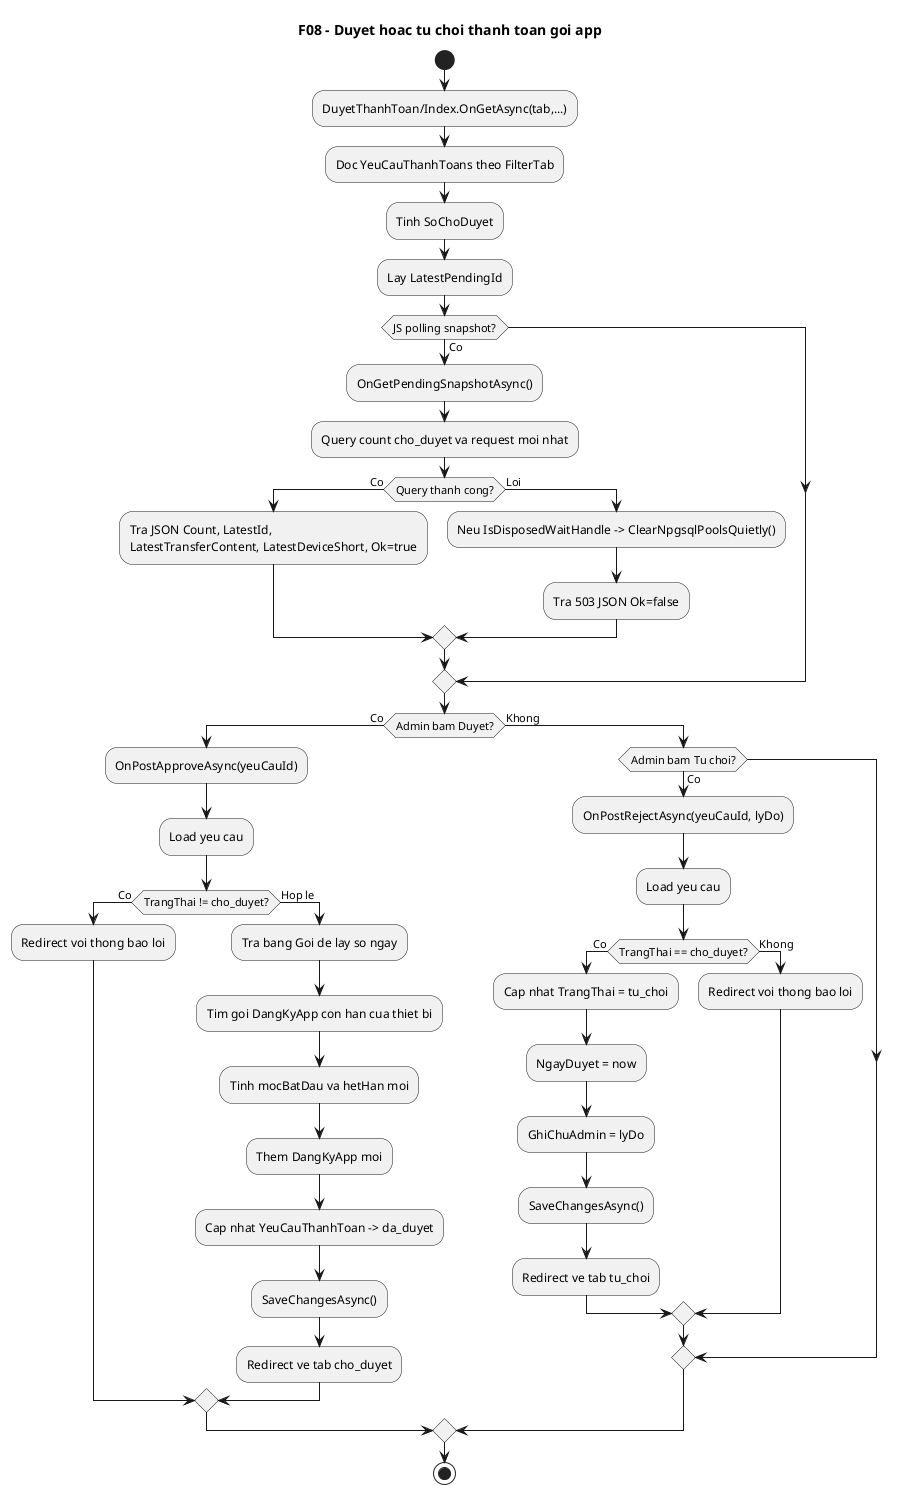
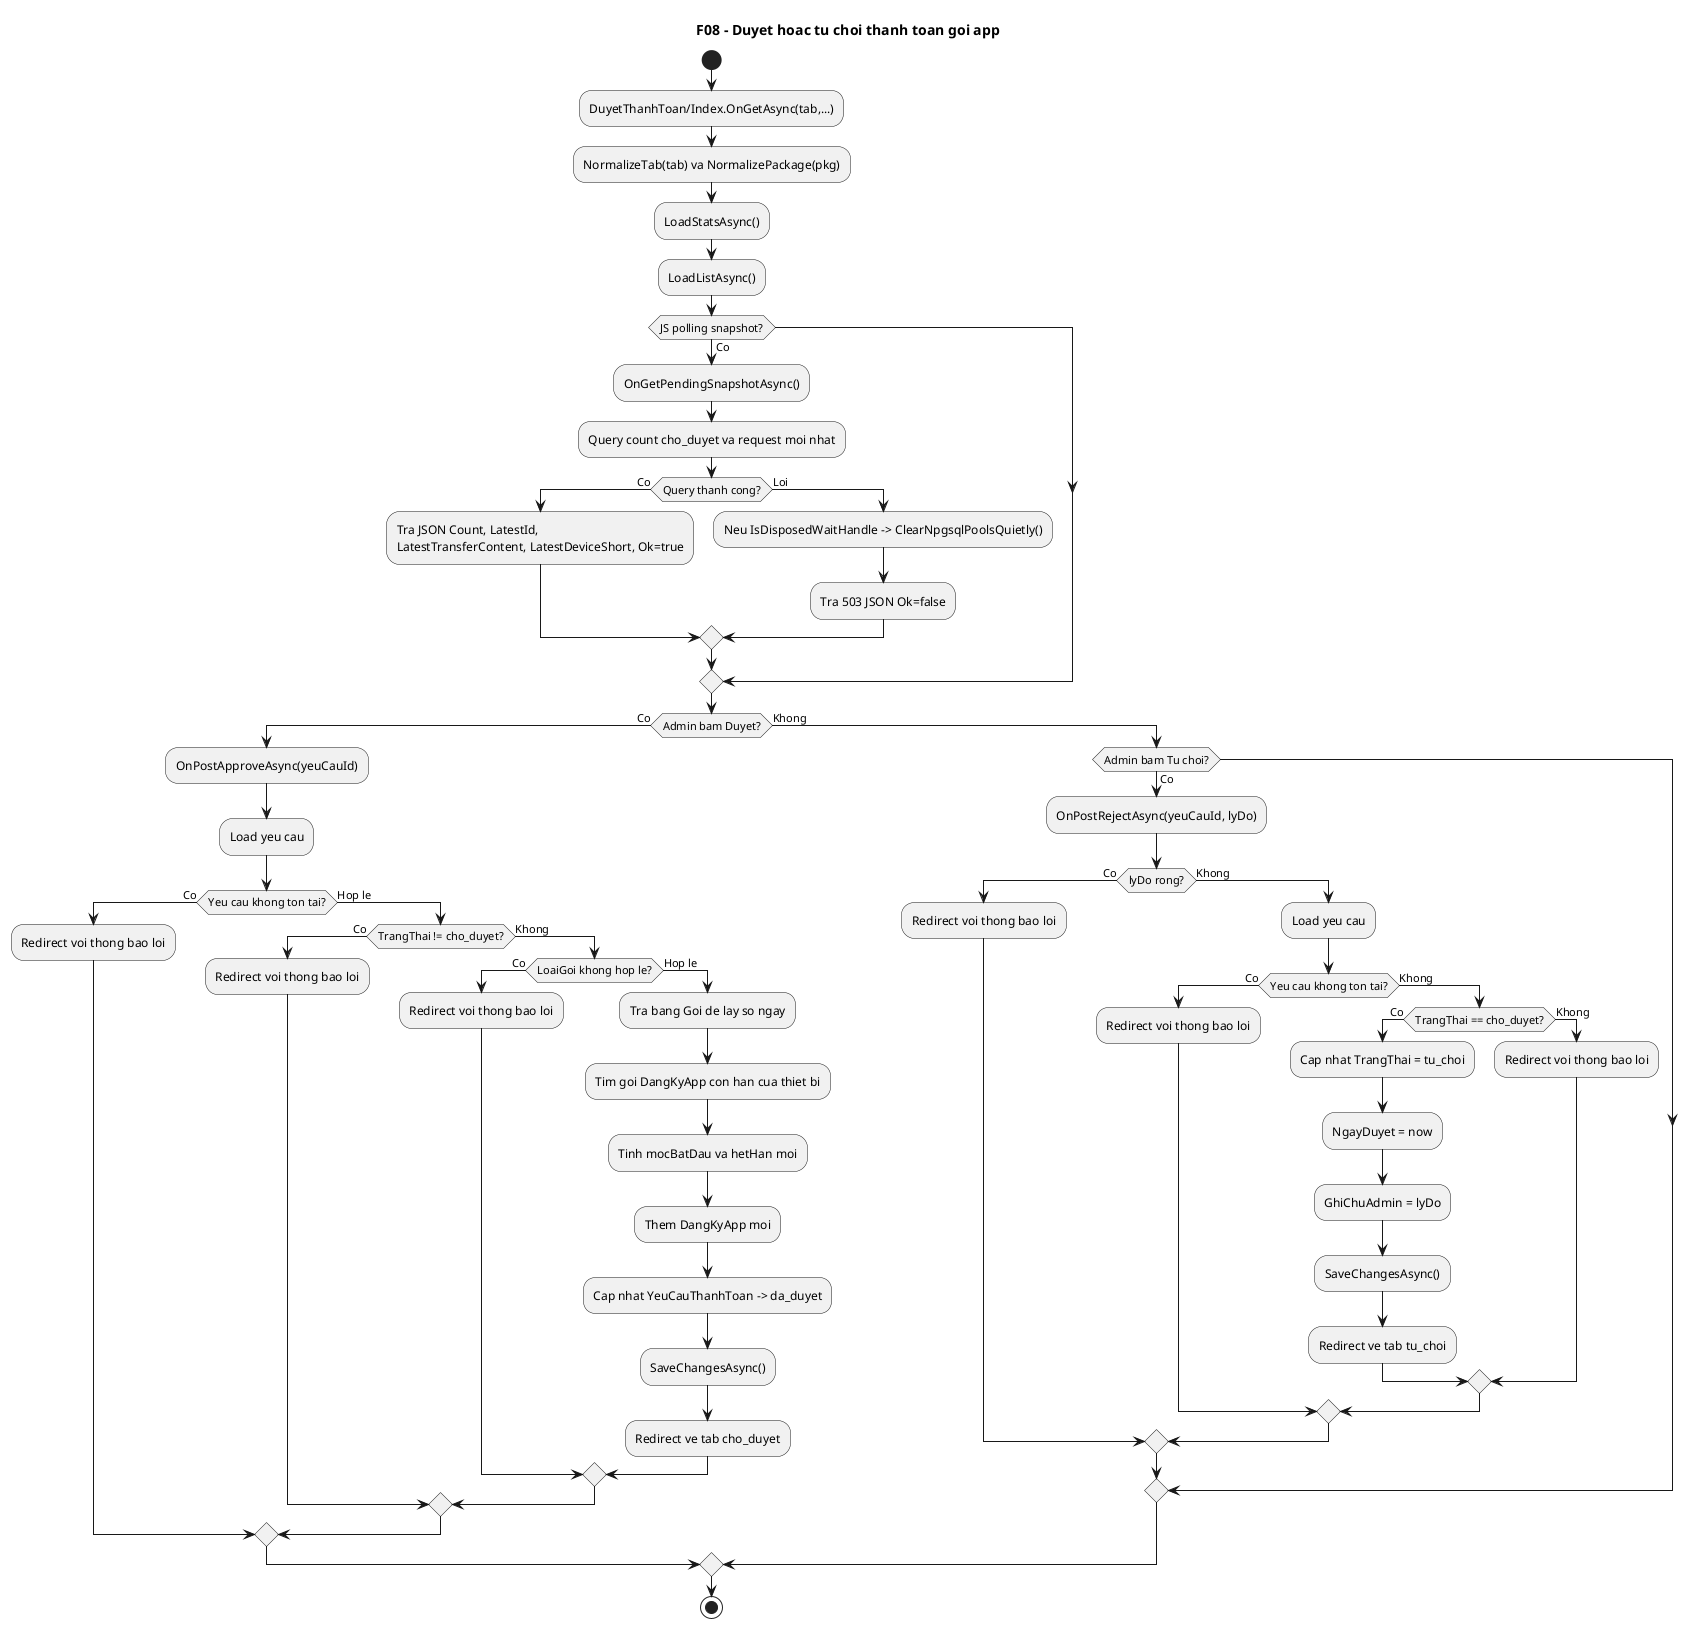
@startuml
' Diagram: F08 - Duyet hoac tu choi thanh toan goi app (Activity)
' Status: VERIFIED
- ' Baseline: branch master, current worktree @ HEAD 8ed8643
+ ' Baseline: HEAD 8ca9ec7
' Source:
- ' - VinhKhanhTour.CMS/Pages/DuyetThanhToan/Index.cshtml.cs: OnGetAsync(), OnGetPendingSnapshotAsync(), OnPostApproveAsync(), OnPostRejectAsync()
+ ' - VinhKhanhTour.CMS/Pages/DuyetThanhToan/Index.cshtml.cs: OnGetAsync(), LoadStatsAsync(), LoadListAsync(), OnGetPendingSnapshotAsync(), OnPostApproveAsync(), OnPostRejectAsync()
' - VinhKhanhTour.CMS/Pages/DuyetThanhToan/Index.cshtml: snapshotUrl, polling JS
' - VinhKhanhTour.API/Models/YeuCauThanhToan.cs
' - VinhKhanhTour.API/Models/DangKyApp.cs
- ' Note: Luong duyet/tu choi, PendingSnapshot polling, va retry clear Npgsql pools da khop code CMS hien tai.
+ ' Note: Luong da sync voi code hien tai: page load tach LoadStatsAsync()/LoadListAsync(), polling PendingSnapshot 5s, approve tinh han moi, va reject bat buoc co lyDo.
title F08 - Duyet hoac tu choi thanh toan goi app
start
:DuyetThanhToan/Index.OnGetAsync(tab,...);
- :Doc YeuCauThanhToans theo FilterTab;
- :Tinh SoChoDuyet;
- :Lay LatestPendingId;
+ :NormalizeTab(tab) va NormalizePackage(pkg);
+ :LoadStatsAsync();
+ :LoadListAsync();

if (JS polling snapshot?) then (Co)
  :OnGetPendingSnapshotAsync();
  :Query count cho_duyet va request moi nhat;
  if (Query thanh cong?) then (Co)
    :Tra JSON Count, LatestId,\nLatestTransferContent, LatestDeviceShort, Ok=true;
  else (Loi)
    :Neu IsDisposedWaitHandle -> ClearNpgsqlPoolsQuietly();
    :Tra 503 JSON Ok=false;
  endif
endif

if (Admin bam Duyet?) then (Co)
  :OnPostApproveAsync(yeuCauId);
  :Load yeu cau;
-   if (TrangThai != cho_duyet?) then (Co)
+   if (Yeu cau khong ton tai?) then (Co)
    :Redirect voi thong bao loi;
  else (Hop le)
-     :Tra bang Goi de lay so ngay;
-     :Tim goi DangKyApp con han cua thiet bi;
-     :Tinh mocBatDau va hetHan moi;
-     :Them DangKyApp moi;
-     :Cap nhat YeuCauThanhToan -> da_duyet;
-     :SaveChangesAsync();
-     :Redirect ve tab cho_duyet;
+     if (TrangThai != cho_duyet?) then (Co)
+       :Redirect voi thong bao loi;
+     else (Khong)
+       if (LoaiGoi khong hop le?) then (Co)
+         :Redirect voi thong bao loi;
+       else (Hop le)
+         :Tra bang Goi de lay so ngay;
+         :Tim goi DangKyApp con han cua thiet bi;
+         :Tinh mocBatDau va hetHan moi;
+         :Them DangKyApp moi;
+         :Cap nhat YeuCauThanhToan -> da_duyet;
+         :SaveChangesAsync();
+         :Redirect ve tab cho_duyet;
+       endif
+     endif
  endif
else (Khong)
  if (Admin bam Tu choi?) then (Co)
    :OnPostRejectAsync(yeuCauId, lyDo);
-     :Load yeu cau;
-     if (TrangThai == cho_duyet?) then (Co)
-       :Cap nhat TrangThai = tu_choi;
-       :NgayDuyet = now;
-       :GhiChuAdmin = lyDo;
-       :SaveChangesAsync();
-       :Redirect ve tab tu_choi;
+     if (lyDo rong?) then (Co)
+       :Redirect voi thong bao loi;
    else (Khong)
-       :Redirect voi thong bao loi;
+       :Load yeu cau;
+       if (Yeu cau khong ton tai?) then (Co)
+         :Redirect voi thong bao loi;
+       else (Khong)
+         if (TrangThai == cho_duyet?) then (Co)
+           :Cap nhat TrangThai = tu_choi;
+           :NgayDuyet = now;
+           :GhiChuAdmin = lyDo;
+           :SaveChangesAsync();
+           :Redirect ve tab tu_choi;
+         else (Khong)
+           :Redirect voi thong bao loi;
+         endif
+       endif
    endif
  endif
endif

stop
@enduml
